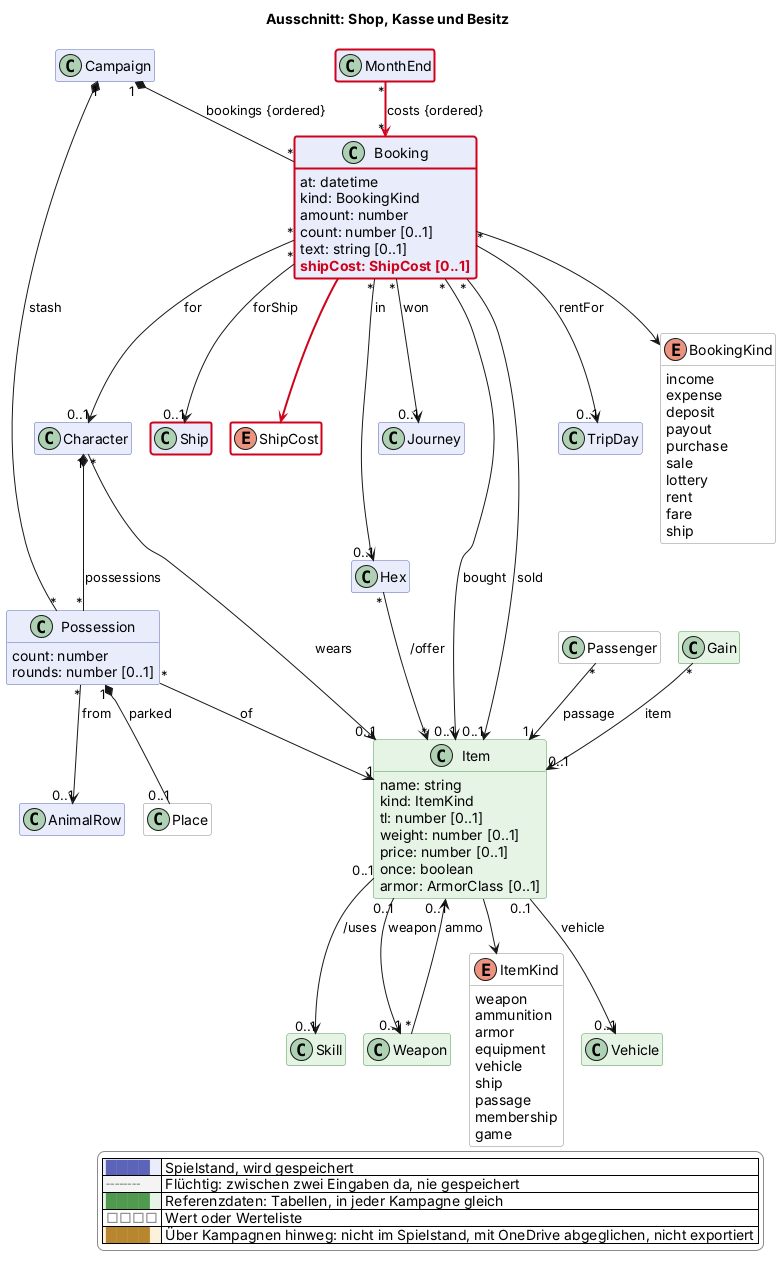
The PlantUML diagram docs/views/shop.png in scuzzar/SRE, before a commit.
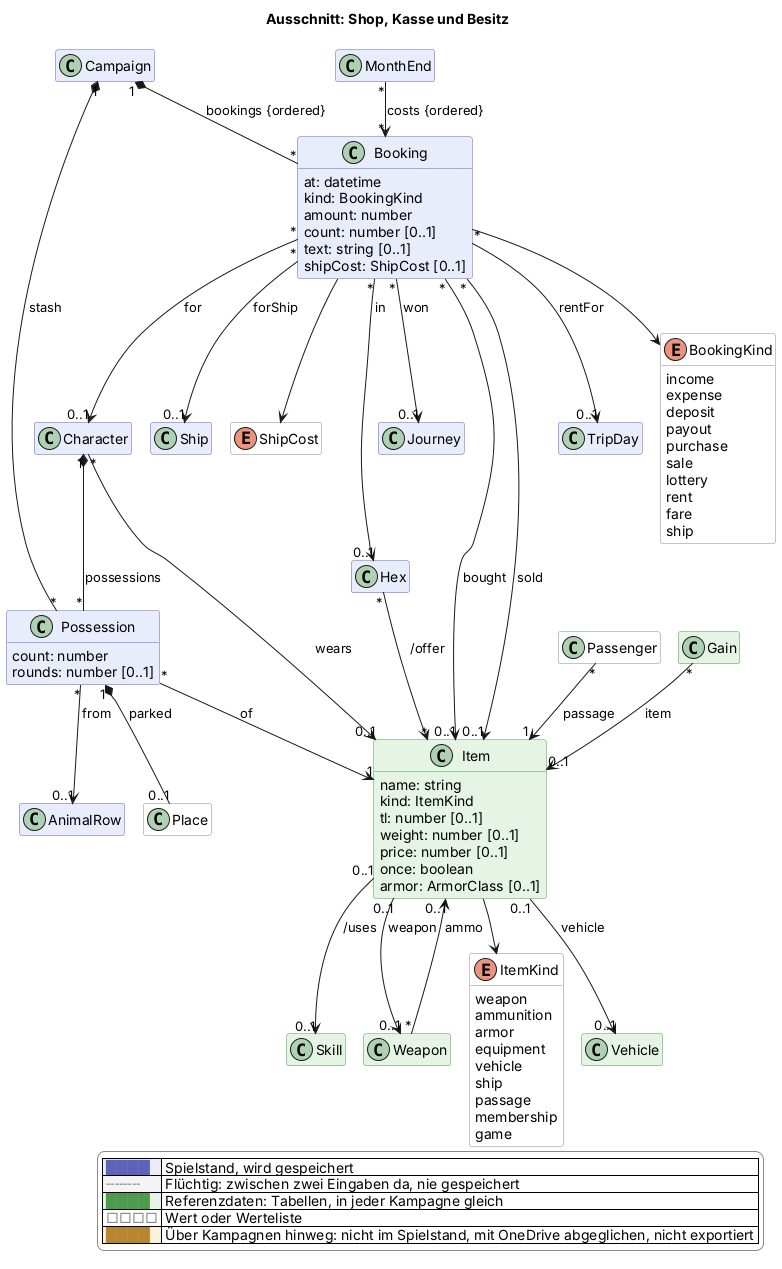
The same diagram one commit later.

Change to the diagram source:
```diff
@@ -76,7 +76,7 @@
     amount: number
     count: number [0..1]
     text: string [0..1]
-    $new("2026-11-17b", "shipCost: ShipCost [0..1]")
+    shipCost: ShipCost [0..1]
   }
   enum BookingKind <<value>> $shop {
     income
@@ -97,13 +97,13 @@
   }
 
   class Ship $schiffe
-  enum ShipCost <<value>> $schiffe $newClass("2026-11-17b")
+  enum ShipCost <<value>> $schiffe
 
 
   class Hex $sektor
 
 
-  class MonthEnd $reise $newClass("2026-11-17b")
+  class MonthEnd $reise
   class Journey $reise
   class Passenger <<value>> $reise
 
@@ -146,8 +146,8 @@
 Booking "*" --> "0..1" Ship : forShip
 
 Passenger "*" --> "1" Item : passage
-MonthEnd "*" -$newArrow("2026-11-17b")-> "*" Booking : costs {ordered}
-Booking -$newArrow("2026-11-17b")-> ShipCost
+MonthEnd "*" --> "*" Booking : costs {ordered}
+Booking --> ShipCost
 Booking "*" --> "0..1" Journey : won
 
 
@@ -182,6 +182,4 @@
   |<#ffffff> <color:#8a8a8a>□□□□</color> | Wert oder Werteliste |
   |<#fdf1dc> <color:#b8862e>████</color> | Über Kampagnen hinweg: nicht im Spielstand, mit OneDrive abgeglichen, nicht exportiert |
 endlegend
-class Booking #line:d0021b;line.bold
-class Ship #line:d0021b;line.bold
 @enduml
```
